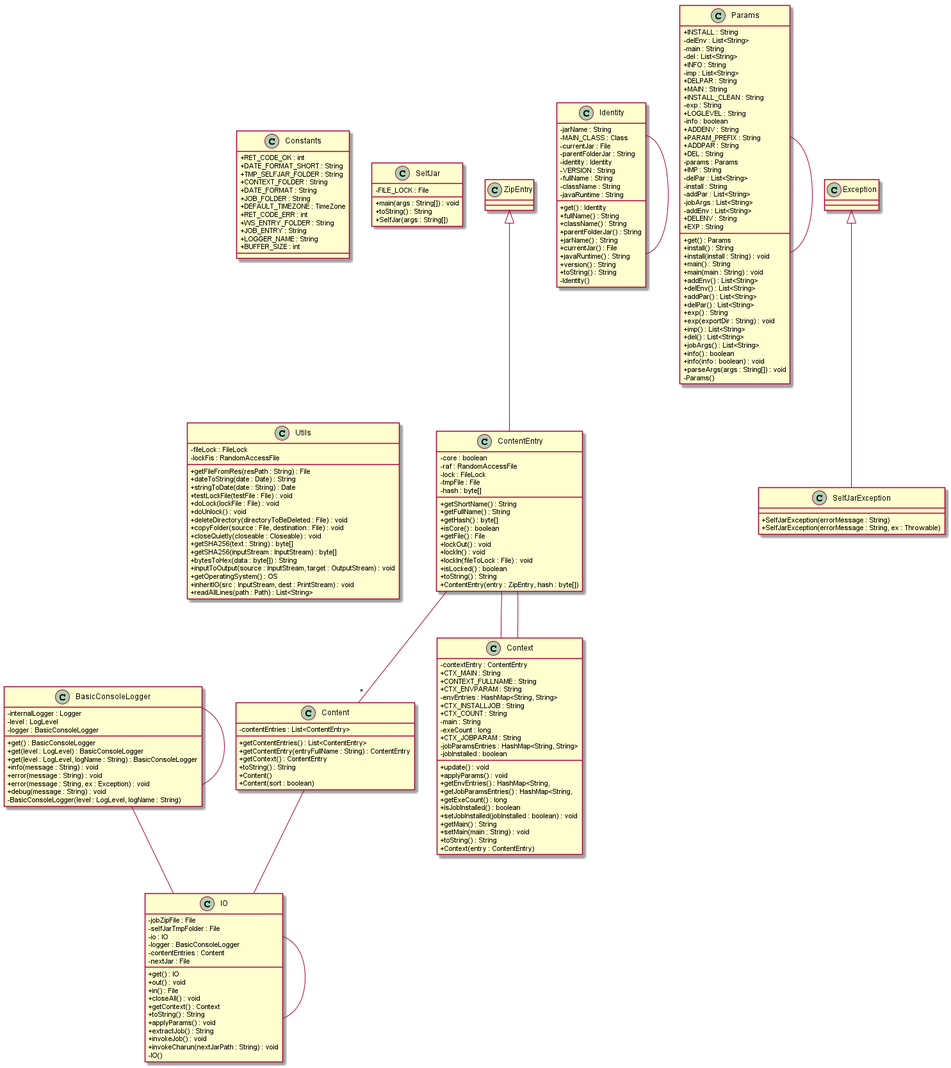
Before: selfjar/uml/uml.png, a diagram exported from PlantUML (claudio-tortorelli/JarBox).
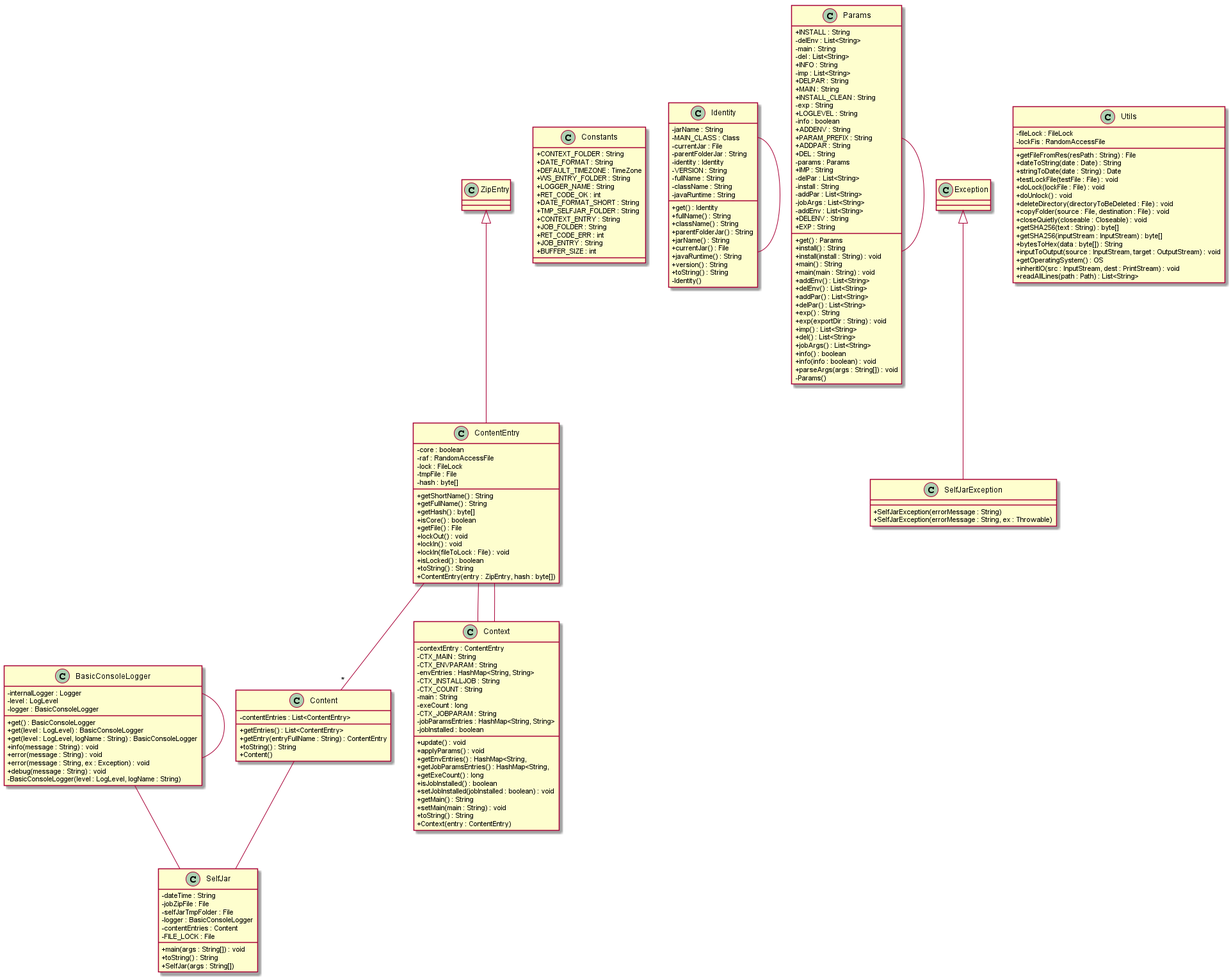
The same file after the commit.

The edit, as a diff of the source:
```diff
@@ -14,26 +14,25 @@
 - logger : BasicConsoleLogger
 }
 class Constants{
++ CONTEXT_FOLDER : String
++ DATE_FORMAT : String
++ DEFAULT_TIMEZONE : TimeZone
++ WS_ENTRY_FOLDER : String
++ LOGGER_NAME : String
 + RET_CODE_OK : int
 + DATE_FORMAT_SHORT : String
 + TMP_SELFJAR_FOLDER : String
-+ CONTEXT_FOLDER : String
-+ DATE_FORMAT : String
++ CONTEXT_ENTRY : String
 + JOB_FOLDER : String
-+ DEFAULT_TIMEZONE : TimeZone
 + RET_CODE_ERR : int
-+ WS_ENTRY_FOLDER : String
 + JOB_ENTRY : String
-+ LOGGER_NAME : String
 + BUFFER_SIZE : int
 }
 class Content{
-+ getContentEntries() : List<ContentEntry>
-+ getContentEntry(entryFullName : String) : ContentEntry
-+ getContext() : ContentEntry
++ getEntries() : List<ContentEntry>
++ getEntry(entryFullName : String) : ContentEntry
 + toString() : String
 + Content()
-+ Content(sort : boolean)
 - contentEntries : List<ContentEntry>
 }
 ZipEntry <|-- ContentEntry
@@ -68,15 +67,14 @@
 + toString() : String
 + Context(entry : ContentEntry)
 - contextEntry : ContentEntry
-+ CTX_MAIN : String
-+ CONTEXT_FULLNAME : String
-+ CTX_ENVPARAM : String
+- CTX_MAIN : String
+- CTX_ENVPARAM : String
 - envEntries : HashMap<String, String>
-+ CTX_INSTALLJOB : String
-+ CTX_COUNT : String
+- CTX_INSTALLJOB : String
+- CTX_COUNT : String
 - main : String
 - exeCount : long
-+ CTX_JOBPARAM : String
+- CTX_JOBPARAM : String
 - jobParamsEntries : HashMap<String, String>
 - jobInstalled : boolean
 }
@@ -100,25 +98,6 @@
 - fullName : String
 - className : String
 - javaRuntime : String
-}
-class IO{
-+ get() : IO
-+ out() : void
-+ in() : File
-+ closeAll() : void
-+ getContext() : Context
-+ toString() : String
-+ applyParams() : void
-+ extractJob() : String
-+ invokeJob() : void
-+ invokeCharun(nextJarPath : String) : void
-- IO()
-- jobZipFile : File
-- selfJarTmpFolder : File
-- io : IO
-- logger : BasicConsoleLogger
-- contentEntries : Content
-- nextJar : File
 }
 class Params{
 + get() : Params
@@ -169,6 +148,11 @@
 + main(args : String[]) : void
 + toString() : String
 + SelfJar(args : String[])
+- dateTime : String
+- jobZipFile : File
+- selfJarTmpFolder : File
+- logger : BasicConsoleLogger
+- contentEntries : Content
 - FILE_LOCK : File
 }
 Exception <|-- SelfJarException
@@ -199,10 +183,9 @@
 ContentEntry -- Context
 ContentEntry -- Context
 ContentEntry -- "*" Content
-Content -- IO
-IO -- IO
-BasicConsoleLogger -- IO
 Params -- Params
 Identity -- Identity
 BasicConsoleLogger -- BasicConsoleLogger
+BasicConsoleLogger -- SelfJar
+Content -- SelfJar
 @enduml
```
